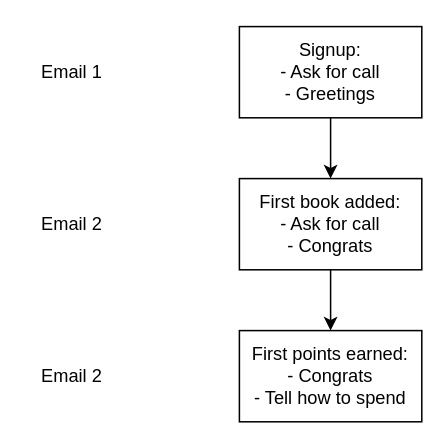
This is diagrams/email-retention-strat.drawio from theodufort/book-journey, a draw.io file, before an edit. Source tidied: cells renumbered, new cells numbered last; positions are measured from the earlier drawing's top-left corner, leaving out a move shared by most shapes. Both pictures are drawn from the tidied source at 152%, with x=0, y=0 at pixel (26, 26).
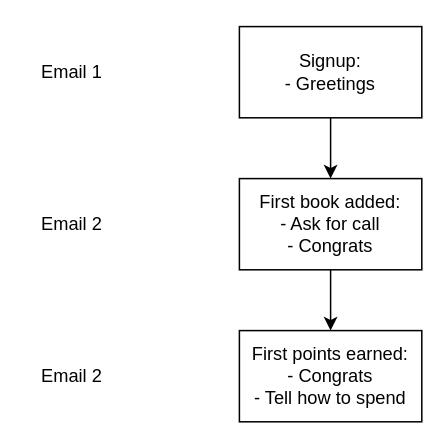
Above is the later version.

Change to the diagram source:
```diff
@@
 <mxGraphModel>
   <root>
     <mxCell id="0" />
     <mxCell id="1" parent="0" />
     <mxCell id="2" style="edgeStyle=none;html=1;exitX=0.5;exitY=1;exitDx=0;exitDy=0;entryX=0.5;entryY=0;entryDx=0;entryDy=0;" parent="1" edge="1" source="3" target="5">
       <mxGeometry relative="1" as="geometry" />
     </mxCell>
-    <mxCell id="3" value="Signup:&lt;br&gt;- Ask for call&lt;br&gt;- Greetings" style="rounded=0;whiteSpace=wrap;html=1;" parent="1" vertex="1">
+    <mxCell id="3" value="Signup:&lt;br&gt;- Greetings" style="rounded=0;whiteSpace=wrap;html=1;" parent="1" vertex="1">
       <mxGeometry x="140" width="120" height="60" as="geometry" />
     </mxCell>
     <mxCell id="4" style="edgeStyle=none;html=1;exitX=0.5;exitY=1;exitDx=0;exitDy=0;entryX=0.5;entryY=0;entryDx=0;entryDy=0;" parent="1" edge="1" source="5" target="8">
       <mxGeometry relative="1" as="geometry" />
     </mxCell>
     <mxCell id="5" value="First book added:&lt;br&gt;- Ask for call&lt;br&gt;- Congrats" style="rounded=0;whiteSpace=wrap;html=1;" parent="1" vertex="1">
       <mxGeometry x="140" y="100" width="120" height="60" as="geometry" />
     </mxCell>
     <mxCell id="6" value="Email 1" style="text;html=1;strokeColor=none;fillColor=none;align=center;verticalAlign=middle;whiteSpace=wrap;rounded=0;" parent="1" vertex="1">
       <mxGeometry y="15" width="60" height="30" as="geometry" />
     </mxCell>
     <mxCell id="7" value="Email 2" style="text;html=1;strokeColor=none;fillColor=none;align=center;verticalAlign=middle;whiteSpace=wrap;rounded=0;" parent="1" vertex="1">
       <mxGeometry y="115" width="60" height="30" as="geometry" />
     </mxCell>
     <mxCell id="8" value="First points earned:&lt;br&gt;- Congrats&lt;br&gt;- Tell how to spend" style="rounded=0;whiteSpace=wrap;html=1;" parent="1" vertex="1">
       <mxGeometry x="140" y="200" width="120" height="60" as="geometry" />
     </mxCell>
     <mxCell id="9" value="Email 2" style="text;html=1;strokeColor=none;fillColor=none;align=center;verticalAlign=middle;whiteSpace=wrap;rounded=0;" parent="1" vertex="1">
       <mxGeometry y="215" width="60" height="30" as="geometry" />
     </mxCell>
   </root>
 </mxGraphModel>
```
